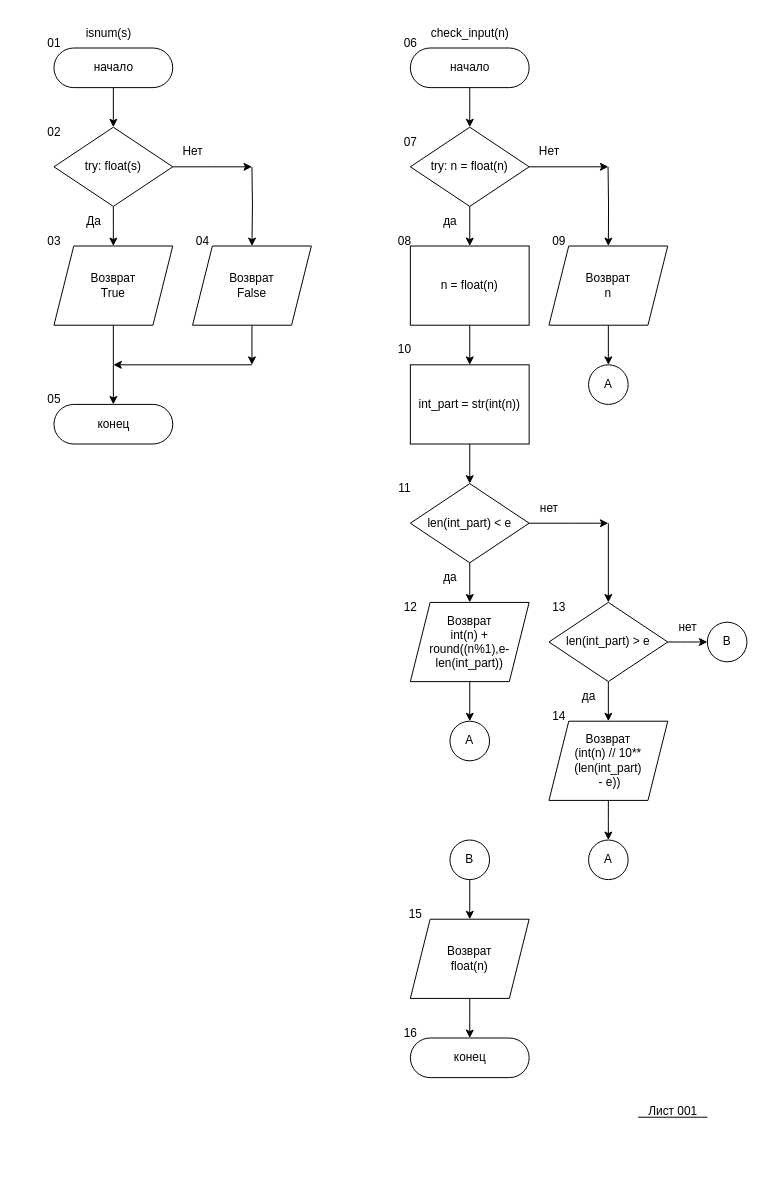
Before: page "Page-1" (1 of 9) of start.drawio in Salamander-m/tillabaev, a draw.io diagram. Source tidied: cells renumbered, new cells numbered last; positions are measured from the earlier drawing's top-left corner, leaving out a move shared by most shapes. Both pictures are drawn from the tidied source at 99%, with x=0, y=0 at pixel (34, 18).
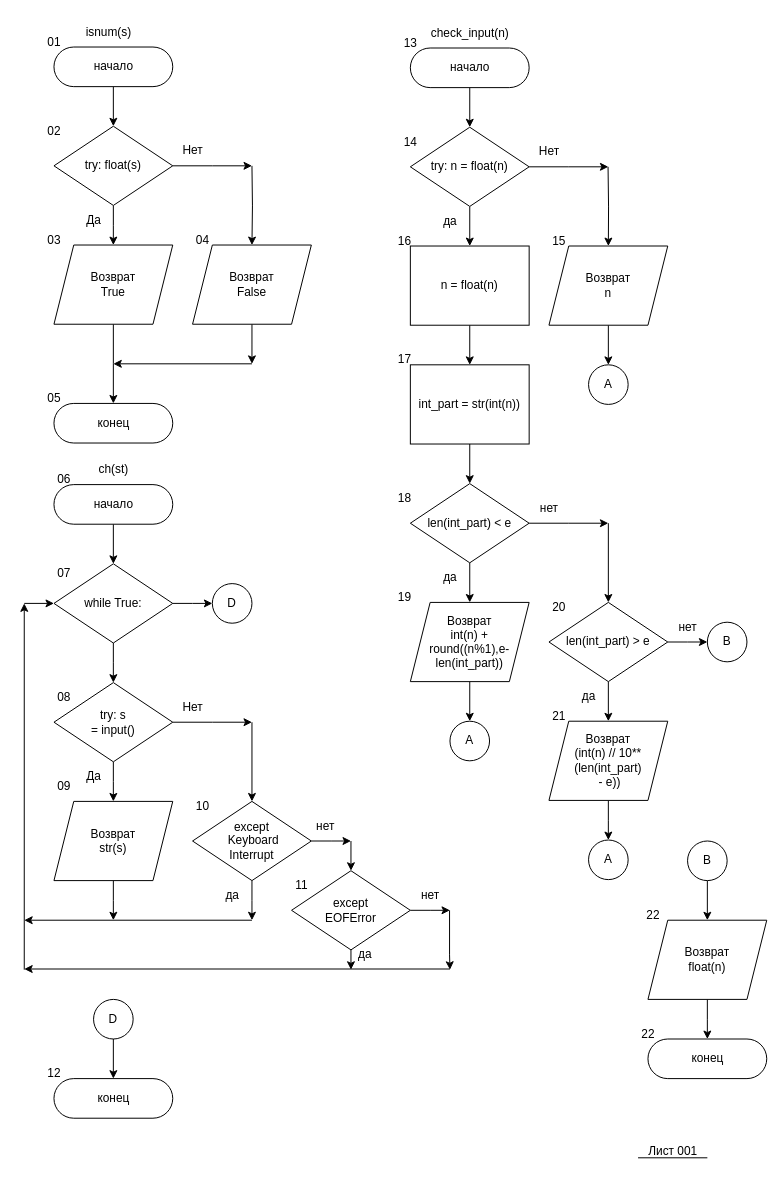
Above is the later version.

What changed in the source:
```diff
@@
     <mxCell id="2" value="isnum(s)" style="text;html=1;align=center;verticalAlign=middle;strokeColor=none;fillColor=none;" parent="1" vertex="1">
-      <mxGeometry x="40" width="70" height="30" as="geometry" />
+      <mxGeometry x="40" y="-1" width="70" height="30" as="geometry" />
     </mxCell>
@@
     <mxCell id="4" value="начало" style="html=1;dashed=0;whitespace=wrap;shape=mxgraph.dfd.start;" parent="1" vertex="1">
-      <mxGeometry x="20" y="30" width="120" height="40" as="geometry" />
+      <mxGeometry x="20" y="29" width="120" height="40" as="geometry" />
     </mxCell>
     <mxCell id="5" value="01" style="text;html=1;align=center;verticalAlign=middle;strokeColor=none;fillColor=none;" parent="1" vertex="1">
-      <mxGeometry y="10" width="40" height="30" as="geometry" />
+      <mxGeometry y="9" width="40" height="30" as="geometry" />
     </mxCell>
     <mxCell id="6" style="edgeStyle=orthogonalEdgeStyle;rounded=0;jettySize=auto;html=1;" parent="1" edge="1" source="8">
       <mxGeometry relative="1" as="geometry">
-        <mxPoint x="80" y="230" as="targetPoint" />
+        <mxPoint x="80" y="229" as="targetPoint" />
       </mxGeometry>
     </mxCell>
     <mxCell id="7" style="edgeStyle=orthogonalEdgeStyle;rounded=0;jettySize=auto;html=1;" parent="1" edge="1" source="8">
       <mxGeometry relative="1" as="geometry">
-        <mxPoint x="220" y="150" as="targetPoint" />
+        <mxPoint x="220" y="149" as="targetPoint" />
       </mxGeometry>
     </mxCell>
     <mxCell id="8" value="try: float(s)" style="rhombus;whiteSpace=wrap;html=1;" parent="1" vertex="1">
-      <mxGeometry x="20" y="110" width="120" height="80" as="geometry" />
+      <mxGeometry x="20" y="109" width="120" height="80" as="geometry" />
     </mxCell>
     <mxCell id="9" value="Нет" style="text;html=1;align=center;verticalAlign=middle;strokeColor=none;fillColor=none;" parent="1" vertex="1">
-      <mxGeometry x="140" y="120" width="40" height="30" as="geometry" />
+      <mxGeometry x="140" y="119" width="40" height="30" as="geometry" />
     </mxCell>
     <mxCell id="10" style="edgeStyle=orthogonalEdgeStyle;rounded=0;jettySize=auto;html=1;" parent="1" edge="1" source="11">
       <mxGeometry relative="1" as="geometry">
-        <mxPoint x="80" y="390" as="targetPoint" />
+        <mxPoint x="80" y="389" as="targetPoint" />
       </mxGeometry>
     </mxCell>
     <mxCell id="11" value="Возврат&lt;br&gt;True" style="shape=parallelogram;perimeter=parallelogramPerimeter;whiteSpace=wrap;html=1;fixedSize=1;" parent="1" vertex="1">
-      <mxGeometry x="20" y="230" width="120" height="80" as="geometry" />
+      <mxGeometry x="20" y="229" width="120" height="80" as="geometry" />
     </mxCell>
     <mxCell id="12" value="Да" style="text;html=1;align=center;verticalAlign=middle;strokeColor=none;fillColor=none;" parent="1" vertex="1">
-      <mxGeometry x="40" y="190" width="40" height="30" as="geometry" />
+      <mxGeometry x="40" y="189" width="40" height="30" as="geometry" />
     </mxCell>
     <mxCell id="13" style="edgeStyle=orthogonalEdgeStyle;rounded=0;jettySize=auto;html=1;entryX=0.5;entryY=0;entryDx=0;entryDy=0;" parent="1" edge="1" target="15">
       <mxGeometry relative="1" as="geometry">
-        <mxPoint x="220" y="150" as="sourcePoint" />
+        <mxPoint x="220" y="149" as="sourcePoint" />
       </mxGeometry>
     </mxCell>
     <mxCell id="14" style="edgeStyle=orthogonalEdgeStyle;rounded=0;jettySize=auto;html=1;" parent="1" edge="1" source="15">
       <mxGeometry relative="1" as="geometry">
-        <mxPoint x="220" y="350" as="targetPoint" />
+        <mxPoint x="220" y="349" as="targetPoint" />
       </mxGeometry>
     </mxCell>
     <mxCell id="15" value="Возврат&lt;br&gt;False" style="shape=parallelogram;perimeter=parallelogramPerimeter;whiteSpace=wrap;html=1;fixedSize=1;" parent="1" vertex="1">
-      <mxGeometry x="160" y="230" width="120" height="80" as="geometry" />
+      <mxGeometry x="160" y="229" width="120" height="80" as="geometry" />
     </mxCell>
     <mxCell id="16" value="конец" style="html=1;dashed=0;whitespace=wrap;shape=mxgraph.dfd.start;" parent="1" vertex="1">
-      <mxGeometry x="20" y="390" width="120" height="40" as="geometry" />
+      <mxGeometry x="20" y="389" width="120" height="40" as="geometry" />
     </mxCell>
     <mxCell id="17" style="edgeStyle=orthogonalEdgeStyle;rounded=0;orthogonalLoop=1;jettySize=auto;html=1;" parent="1" edge="1">
       <mxGeometry relative="1" as="geometry">
-        <mxPoint x="220" y="350" as="sourcePoint" />
-        <mxPoint x="80" y="350" as="targetPoint" />
+        <mxPoint x="220" y="349" as="sourcePoint" />
+        <mxPoint x="80" y="349" as="targetPoint" />
       </mxGeometry>
     </mxCell>
@@
     <mxCell id="52" value="B" style="ellipse;whiteSpace=wrap;html=1;" parent="1" vertex="1">
-      <mxGeometry x="420" y="830" width="40" height="40" as="geometry" />
+      <mxGeometry x="660" y="831" width="40" height="40" as="geometry" />
     </mxCell>
@@
     <mxCell id="54" style="edgeStyle=orthogonalEdgeStyle;rounded=0;jettySize=auto;html=1;" parent="1" edge="1" source="55">
       <mxGeometry relative="1" as="geometry">
-        <mxPoint x="440" y="1030" as="targetPoint" />
+        <mxPoint x="680" y="1031" as="targetPoint" />
       </mxGeometry>
     </mxCell>
     <mxCell id="55" value="Возврат&lt;br&gt;float(n)" style="shape=parallelogram;perimeter=parallelogramPerimeter;whiteSpace=wrap;html=1;fixedSize=1;" parent="1" vertex="1">
-      <mxGeometry x="380" y="910" width="120" height="80" as="geometry" />
+      <mxGeometry x="620" y="911" width="120" height="80" as="geometry" />
     </mxCell>
     <mxCell id="56" value="конец" style="html=1;dashed=0;whitespace=wrap;shape=mxgraph.dfd.start;" parent="1" vertex="1">
-      <mxGeometry x="380" y="1030" width="120" height="40" as="geometry" />
+      <mxGeometry x="620" y="1031" width="120" height="40" as="geometry" />
     </mxCell>
     <mxCell id="57" value="02" style="text;html=1;align=center;verticalAlign=middle;strokeColor=none;fillColor=none;" parent="1" vertex="1">
-      <mxGeometry y="100" width="40" height="30" as="geometry" />
+      <mxGeometry y="99" width="40" height="30" as="geometry" />
     </mxCell>
     <mxCell id="58" value="03" style="text;html=1;align=center;verticalAlign=middle;strokeColor=none;fillColor=none;" parent="1" vertex="1">
-      <mxGeometry y="210" width="40" height="30" as="geometry" />
+      <mxGeometry y="209" width="40" height="30" as="geometry" />
     </mxCell>
     <mxCell id="59" value="04" style="text;html=1;align=center;verticalAlign=middle;strokeColor=none;fillColor=none;" parent="1" vertex="1">
-      <mxGeometry x="150" y="210" width="40" height="30" as="geometry" />
+      <mxGeometry x="150" y="209" width="40" height="30" as="geometry" />
     </mxCell>
     <mxCell id="60" value="05" style="text;html=1;align=center;verticalAlign=middle;strokeColor=none;fillColor=none;" parent="1" vertex="1">
-      <mxGeometry y="370" width="40" height="30" as="geometry" />
+      <mxGeometry y="369" width="40" height="30" as="geometry" />
     </mxCell>
-    <mxCell id="61" value="06" style="text;html=1;align=center;verticalAlign=middle;strokeColor=none;fillColor=none;" parent="1" vertex="1">
+    <mxCell id="61" value="13" style="text;html=1;align=center;verticalAlign=middle;strokeColor=none;fillColor=none;" parent="1" vertex="1">
       <mxGeometry x="360" y="10" width="40" height="30" as="geometry" />
     </mxCell>
-    <mxCell id="62" value="07" style="text;html=1;align=center;verticalAlign=middle;strokeColor=none;fillColor=none;" parent="1" vertex="1">
+    <mxCell id="62" value="14" style="text;html=1;align=center;verticalAlign=middle;strokeColor=none;fillColor=none;" parent="1" vertex="1">
       <mxGeometry x="360" y="110" width="40" height="30" as="geometry" />
     </mxCell>
-    <mxCell id="63" value="08" style="text;html=1;align=center;verticalAlign=middle;strokeColor=none;fillColor=none;" parent="1" vertex="1">
+    <mxCell id="63" value="16" style="text;html=1;align=center;verticalAlign=middle;strokeColor=none;fillColor=none;" parent="1" vertex="1">
       <mxGeometry x="354" y="210" width="40" height="30" as="geometry" />
     </mxCell>
-    <mxCell id="64" value="09" style="text;html=1;align=center;verticalAlign=middle;strokeColor=none;fillColor=none;" parent="1" vertex="1">
+    <mxCell id="64" value="15" style="text;html=1;align=center;verticalAlign=middle;strokeColor=none;fillColor=none;" parent="1" vertex="1">
       <mxGeometry x="510" y="210" width="40" height="30" as="geometry" />
     </mxCell>
-    <mxCell id="65" value="10" style="text;html=1;align=center;verticalAlign=middle;strokeColor=none;fillColor=none;" parent="1" vertex="1">
-      <mxGeometry x="354" y="320" width="40" height="30" as="geometry" />
+    <mxCell id="65" value="17" style="text;html=1;align=center;verticalAlign=middle;strokeColor=none;fillColor=none;" parent="1" vertex="1">
+      <mxGeometry x="354" y="330" width="40" height="30" as="geometry" />
     </mxCell>
-    <mxCell id="66" value="11" style="text;html=1;align=center;verticalAlign=middle;strokeColor=none;fillColor=none;" parent="1" vertex="1">
-      <mxGeometry x="354" y="460" width="40" height="30" as="geometry" />
+    <mxCell id="66" value="18" style="text;html=1;align=center;verticalAlign=middle;strokeColor=none;fillColor=none;" parent="1" vertex="1">
+      <mxGeometry x="354" y="470" width="40" height="30" as="geometry" />
     </mxCell>
-    <mxCell id="67" value="12" style="text;html=1;align=center;verticalAlign=middle;strokeColor=none;fillColor=none;" parent="1" vertex="1">
-      <mxGeometry x="360" y="580" width="40" height="30" as="geometry" />
+    <mxCell id="67" value="19" style="text;html=1;align=center;verticalAlign=middle;strokeColor=none;fillColor=none;" parent="1" vertex="1">
+      <mxGeometry x="354" y="570" width="40" height="30" as="geometry" />
     </mxCell>
-    <mxCell id="68" value="13" style="text;html=1;align=center;verticalAlign=middle;strokeColor=none;fillColor=none;" parent="1" vertex="1">
+    <mxCell id="68" value="20" style="text;html=1;align=center;verticalAlign=middle;strokeColor=none;fillColor=none;" parent="1" vertex="1">
       <mxGeometry x="510" y="580" width="40" height="30" as="geometry" />
     </mxCell>
-    <mxCell id="69" value="14" style="text;html=1;align=center;verticalAlign=middle;strokeColor=none;fillColor=none;" parent="1" vertex="1">
+    <mxCell id="69" value="21" style="text;html=1;align=center;verticalAlign=middle;strokeColor=none;fillColor=none;" parent="1" vertex="1">
       <mxGeometry x="510" y="690" width="40" height="30" as="geometry" />
     </mxCell>
-    <mxCell id="70" value="15" style="text;html=1;align=center;verticalAlign=middle;strokeColor=none;fillColor=none;" parent="1" vertex="1">
-      <mxGeometry x="365" y="890" width="40" height="30" as="geometry" />
+    <mxCell id="70" value="22" style="text;html=1;align=center;verticalAlign=middle;strokeColor=none;fillColor=none;" parent="1" vertex="1">
+      <mxGeometry x="605" y="891" width="40" height="30" as="geometry" />
     </mxCell>
-    <mxCell id="71" value="16" style="text;html=1;align=center;verticalAlign=middle;strokeColor=none;fillColor=none;" parent="1" vertex="1">
-      <mxGeometry x="360" y="1010" width="40" height="30" as="geometry" />
+    <mxCell id="71" value="22" style="text;html=1;align=center;verticalAlign=middle;strokeColor=none;fillColor=none;" parent="1" vertex="1">
+      <mxGeometry x="600" y="1011" width="40" height="30" as="geometry" />
     </mxCell>
     <mxCell id="72" value="Лист 001" style="text;html=1;align=center;verticalAlign=middle;strokeColor=none;fillColor=none;" parent="1" vertex="1">
-      <mxGeometry x="610" y="1089" width="70" height="30" as="geometry" />
+      <mxGeometry x="610" y="1130" width="70" height="30" as="geometry" />
     </mxCell>
     <mxCell id="73" style="endArrow=none;html=1;rounded=0;" parent="1" edge="1">
       <mxGeometry relative="1" as="geometry">
-        <mxPoint x="610" y="1110" as="sourcePoint" />
-        <mxPoint x="680" y="1110" as="targetPoint" />
+        <mxPoint x="610" y="1151" as="sourcePoint" />
+        <mxPoint x="680" y="1151" as="targetPoint" />
       </mxGeometry>
     </mxCell>
+    <mxCell id="74" value="ch(st)" style="text;html=1;align=center;verticalAlign=middle;strokeColor=none;fillColor=none;" parent="1" vertex="1">
+      <mxGeometry x="55" y="441" width="50" height="30" as="geometry" />
+    </mxCell>
+    <mxCell id="75" style="edgeStyle=orthogonalEdgeStyle;rounded=0;jettySize=auto;html=1;" parent="1" edge="1" source="77">
+      <mxGeometry relative="1" as="geometry">
+        <mxPoint x="80" y="671" as="targetPoint" />
+      </mxGeometry>
+    </mxCell>
+    <mxCell id="76" style="edgeStyle=orthogonalEdgeStyle;rounded=0;jettySize=auto;html=1;" parent="1" edge="1" source="77">
+      <mxGeometry relative="1" as="geometry">
+        <mxPoint x="180" y="591" as="targetPoint" />
+      </mxGeometry>
+    </mxCell>
+    <mxCell id="77" value="while True:" style="rhombus;whiteSpace=wrap;html=1;" parent="1" vertex="1">
+      <mxGeometry x="20" y="551" width="120" height="80" as="geometry" />
+    </mxCell>
+    <mxCell id="78" style="edgeStyle=orthogonalEdgeStyle;rounded=0;jettySize=auto;html=1;" parent="1" edge="1" source="80">
+      <mxGeometry relative="1" as="geometry">
+        <mxPoint x="80" y="791" as="targetPoint" />
+      </mxGeometry>
+    </mxCell>
+    <mxCell id="79" style="edgeStyle=orthogonalEdgeStyle;rounded=0;jettySize=auto;html=1;" parent="1" edge="1" source="80">
+      <mxGeometry relative="1" as="geometry">
+        <mxPoint x="220" y="711" as="targetPoint" />
+      </mxGeometry>
+    </mxCell>
+    <mxCell id="80" value="try: s&lt;br&gt;= input()" style="rhombus;whiteSpace=wrap;html=1;" parent="1" vertex="1">
+      <mxGeometry x="20" y="671" width="120" height="80" as="geometry" />
+    </mxCell>
+    <mxCell id="81" value="Да" style="text;html=1;align=center;verticalAlign=middle;strokeColor=none;fillColor=none;" parent="1" vertex="1">
+      <mxGeometry x="40" y="751" width="40" height="30" as="geometry" />
+    </mxCell>
+    <mxCell id="82" style="edgeStyle=orthogonalEdgeStyle;rounded=0;orthogonalLoop=1;jettySize=auto;html=1;" parent="1" edge="1">
+      <mxGeometry relative="1" as="geometry">
+        <mxPoint x="-10" y="961" as="sourcePoint" />
+        <mxPoint x="-10" y="591" as="targetPoint" />
+      </mxGeometry>
+    </mxCell>
+    <mxCell id="83" style="edgeStyle=orthogonalEdgeStyle;rounded=0;orthogonalLoop=1;jettySize=auto;html=1;" parent="1" edge="1">
+      <mxGeometry relative="1" as="geometry">
+        <mxPoint x="-10" y="591" as="sourcePoint" />
+        <mxPoint x="20" y="591" as="targetPoint" />
+      </mxGeometry>
+    </mxCell>
+    <mxCell id="84" style="edgeStyle=orthogonalEdgeStyle;rounded=0;jettySize=auto;html=1;entryX=0.5;entryY=0;entryDx=0;entryDy=0;" parent="1" edge="1" target="87">
+      <mxGeometry relative="1" as="geometry">
+        <mxPoint x="220" y="711" as="sourcePoint" />
+        <Array as="points">
+          <mxPoint x="220" y="711" />
+        </Array>
+      </mxGeometry>
+    </mxCell>
+    <mxCell id="85" style="edgeStyle=orthogonalEdgeStyle;rounded=0;jettySize=auto;html=1;" parent="1" edge="1" source="87">
+      <mxGeometry relative="1" as="geometry">
+        <mxPoint x="220" y="911" as="targetPoint" />
+      </mxGeometry>
+    </mxCell>
+    <mxCell id="86" style="edgeStyle=orthogonalEdgeStyle;rounded=0;jettySize=auto;html=1;" parent="1" edge="1" source="87">
+      <mxGeometry relative="1" as="geometry">
+        <mxPoint x="320" y="831" as="targetPoint" />
+      </mxGeometry>
+    </mxCell>
+    <mxCell id="87" value="&lt;span style=&quot;&quot;&gt;except&lt;/span&gt;&lt;br style=&quot;&quot;&gt;&lt;span style=&quot;&quot;&gt;&amp;nbsp;Keyboard&lt;br&gt;Interrupt&lt;/span&gt;" style="rhombus;whiteSpace=wrap;html=1;fontFamily=Helvetica;fontSize=12;fontColor=default;align=center;strokeColor=default;fillColor=default;" parent="1" vertex="1">
+      <mxGeometry x="160" y="791" width="120" height="80" as="geometry" />
+    </mxCell>
+    <mxCell id="88" style="edgeStyle=orthogonalEdgeStyle;rounded=0;jettySize=auto;html=1;" parent="1" edge="1" source="89">
+      <mxGeometry relative="1" as="geometry">
+        <mxPoint x="420" y="901" as="targetPoint" />
+      </mxGeometry>
+    </mxCell>
+    <mxCell id="89" value="&lt;span style=&quot;&quot;&gt;except&lt;/span&gt;&lt;br style=&quot;&quot;&gt;&lt;span style=&quot;&quot;&gt;EOFError&lt;/span&gt;" style="rhombus;whiteSpace=wrap;html=1;fontFamily=Helvetica;fontSize=12;fontColor=default;align=center;strokeColor=default;fillColor=default;" parent="1" vertex="1">
+      <mxGeometry x="260" y="861" width="120" height="80" as="geometry" />
+    </mxCell>
+    <mxCell id="90" style="edgeStyle=orthogonalEdgeStyle;rounded=0;jettySize=auto;html=1;entryX=0.5;entryY=0;entryDx=0;entryDy=0;" parent="1" edge="1" target="89">
+      <mxGeometry relative="1" as="geometry">
+        <mxPoint x="320" y="831" as="sourcePoint" />
+      </mxGeometry>
+    </mxCell>
+    <mxCell id="91" value="D" style="ellipse;whiteSpace=wrap;html=1;" parent="1" vertex="1">
+      <mxGeometry x="180" y="571" width="40" height="40" as="geometry" />
+    </mxCell>
+    <mxCell id="92" value="Нет" style="text;html=1;align=center;verticalAlign=middle;strokeColor=none;fillColor=none;" parent="1" vertex="1">
+      <mxGeometry x="140" y="681" width="40" height="30" as="geometry" />
+    </mxCell>
+    <mxCell id="93" style="edgeStyle=orthogonalEdgeStyle;rounded=0;jettySize=auto;html=1;" parent="1" edge="1" source="94">
+      <mxGeometry relative="1" as="geometry">
+        <mxPoint x="80" y="911" as="targetPoint" />
+      </mxGeometry>
+    </mxCell>
+    <mxCell id="94" value="Возврат&lt;br&gt;str(s)" style="shape=parallelogram;perimeter=parallelogramPerimeter;whiteSpace=wrap;html=1;fixedSize=1;fontFamily=Helvetica;fontSize=12;fontColor=default;align=center;strokeColor=default;fillColor=default;" parent="1" vertex="1">
+      <mxGeometry x="20" y="791" width="120" height="80" as="geometry" />
+    </mxCell>
+    <mxCell id="95" value="да" style="text;html=1;align=center;verticalAlign=middle;strokeColor=none;fillColor=none;" parent="1" vertex="1">
+      <mxGeometry x="180" y="871" width="40" height="30" as="geometry" />
+    </mxCell>
+    <mxCell id="96" style="edgeStyle=orthogonalEdgeStyle;rounded=0;orthogonalLoop=1;jettySize=auto;html=1;" parent="1" edge="1">
+      <mxGeometry relative="1" as="geometry">
+        <mxPoint x="220" y="911" as="sourcePoint" />
+        <mxPoint x="-10" y="911" as="targetPoint" />
+        <Array as="points">
+          <mxPoint x="-10" y="911" />
+        </Array>
+      </mxGeometry>
+    </mxCell>
+    <mxCell id="97" value="нет" style="text;html=1;align=center;verticalAlign=middle;strokeColor=none;fillColor=none;" parent="1" vertex="1">
+      <mxGeometry x="274" y="801" width="40" height="30" as="geometry" />
+    </mxCell>
+    <mxCell id="98" style="edgeStyle=orthogonalEdgeStyle;rounded=0;orthogonalLoop=1;jettySize=auto;html=1;" parent="1" edge="1">
+      <mxGeometry relative="1" as="geometry">
+        <mxPoint x="420" y="960.3" as="sourcePoint" />
+        <mxPoint x="-10" y="960.3" as="targetPoint" />
+        <Array as="points">
+          <mxPoint x="-10" y="960.3" />
+        </Array>
+      </mxGeometry>
+    </mxCell>
+    <mxCell id="99" style="edgeStyle=orthogonalEdgeStyle;rounded=0;orthogonalLoop=1;jettySize=auto;html=1;" parent="1" edge="1">
+      <mxGeometry relative="1" as="geometry">
+        <mxPoint x="419.6" y="901" as="sourcePoint" />
+        <mxPoint x="420" y="961" as="targetPoint" />
+        <Array as="points">
+          <mxPoint x="420" y="946" />
+        </Array>
+      </mxGeometry>
+    </mxCell>
+    <mxCell id="100" value="нет" style="text;html=1;align=center;verticalAlign=middle;strokeColor=none;fillColor=none;" parent="1" vertex="1">
+      <mxGeometry x="380" y="871" width="40" height="30" as="geometry" />
+    </mxCell>
+    <mxCell id="101" value="да" style="text;html=1;align=center;verticalAlign=middle;strokeColor=none;fillColor=none;" parent="1" vertex="1">
+      <mxGeometry x="314" y="931" width="40" height="30" as="geometry" />
+    </mxCell>
+    <mxCell id="102" style="edgeStyle=orthogonalEdgeStyle;rounded=0;jettySize=auto;html=1;" parent="1" edge="1" source="89">
+      <mxGeometry relative="1" as="geometry">
+        <mxPoint x="320" y="961" as="targetPoint" />
+      </mxGeometry>
+    </mxCell>
+    <mxCell id="103" style="edgeStyle=orthogonalEdgeStyle;rounded=0;jettySize=auto;html=1;entryX=0.5;entryY=0.5;entryDx=0;entryDy=-20;entryPerimeter=0;" parent="1" edge="1" source="104" target="105">
+      <mxGeometry relative="1" as="geometry" />
+    </mxCell>
+    <mxCell id="104" value="D" style="ellipse;whiteSpace=wrap;html=1;" parent="1" vertex="1">
+      <mxGeometry x="60" y="991" width="40" height="40" as="geometry" />
+    </mxCell>
+    <mxCell id="105" value="конец" style="html=1;dashed=0;whitespace=wrap;shape=mxgraph.dfd.start;" parent="1" vertex="1">
+      <mxGeometry x="20" y="1071" width="120" height="40" as="geometry" />
+    </mxCell>
+    <mxCell id="106" value="07" style="text;html=1;align=center;verticalAlign=middle;strokeColor=none;fillColor=none;" parent="1" vertex="1">
+      <mxGeometry x="10" y="546" width="40" height="30" as="geometry" />
+    </mxCell>
+    <mxCell id="107" value="08" style="text;html=1;align=center;verticalAlign=middle;strokeColor=none;fillColor=none;" parent="1" vertex="1">
+      <mxGeometry x="10" y="671" width="40" height="30" as="geometry" />
+    </mxCell>
+    <mxCell id="108" value="09" style="text;html=1;align=center;verticalAlign=middle;strokeColor=none;fillColor=none;" parent="1" vertex="1">
+      <mxGeometry x="10" y="761" width="40" height="30" as="geometry" />
+    </mxCell>
+    <mxCell id="109" value="10" style="text;html=1;align=center;verticalAlign=middle;strokeColor=none;fillColor=none;" parent="1" vertex="1">
+      <mxGeometry x="150" y="781" width="40" height="30" as="geometry" />
+    </mxCell>
+    <mxCell id="110" value="11" style="text;html=1;align=center;verticalAlign=middle;strokeColor=none;fillColor=none;" parent="1" vertex="1">
+      <mxGeometry x="250" y="861" width="40" height="30" as="geometry" />
+    </mxCell>
+    <mxCell id="111" value="12" style="text;html=1;align=center;verticalAlign=middle;strokeColor=none;fillColor=none;" parent="1" vertex="1">
+      <mxGeometry y="1051" width="40" height="30" as="geometry" />
+    </mxCell>
+    <mxCell id="112" style="edgeStyle=orthogonalEdgeStyle;rounded=0;jettySize=auto;html=1;entryX=0.5;entryY=0;entryDx=0;entryDy=0;" parent="1" edge="1" source="113" target="77">
+      <mxGeometry relative="1" as="geometry" />
+    </mxCell>
+    <mxCell id="113" value="начало" style="html=1;dashed=0;whitespace=wrap;shape=mxgraph.dfd.start;" parent="1" vertex="1">
+      <mxGeometry x="20" y="471" width="120" height="40" as="geometry" />
+    </mxCell>
+    <mxCell id="114" value="06" style="text;html=1;align=center;verticalAlign=middle;strokeColor=none;fillColor=none;" parent="1" vertex="1">
+      <mxGeometry x="10" y="451" width="40" height="30" as="geometry" />
+    </mxCell>
```
